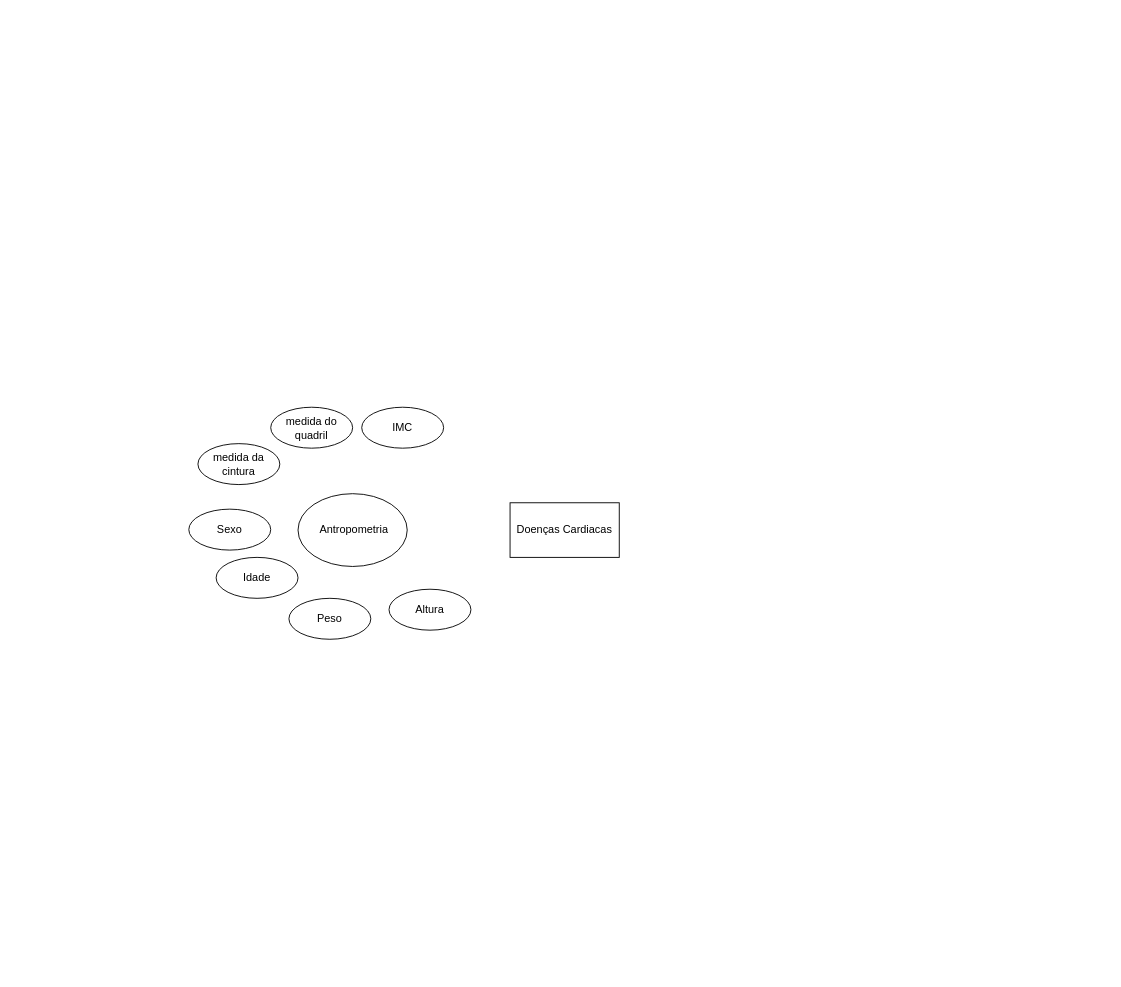
lay127/MD_DoencasCardiacas keeps this draw.io diagram as Adicionais/Diagrama sem nome.drawio. Above is the earlier version. Source tidied: cells renumbered, new cells numbered last; positions are measured from the earlier drawing's top-left corner, leaving out a move shared by most shapes. Both pictures are drawn from the tidied source at 91%, with x=0, y=0 at pixel (188, 407).
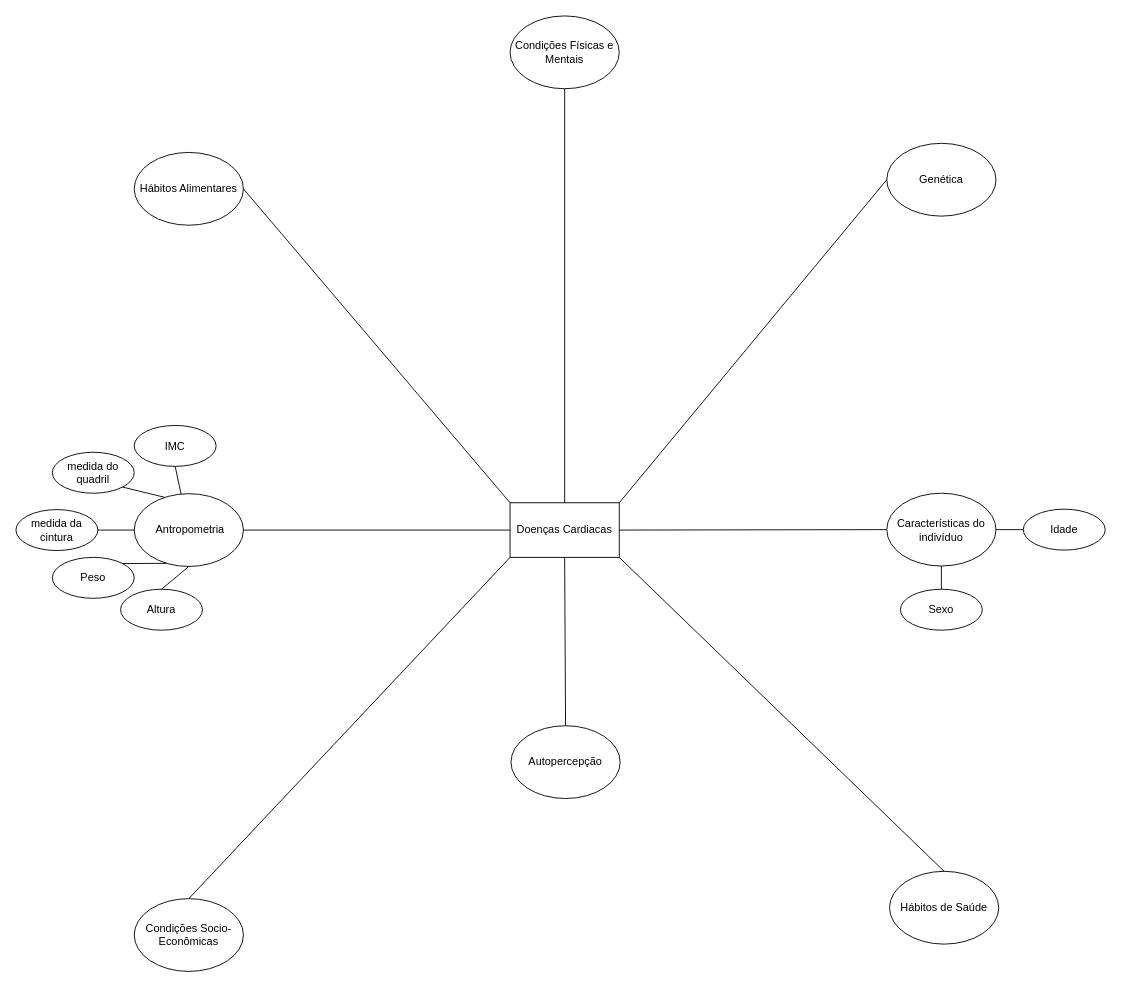
After the change.

Unchanged cells that the change refers to:
```xml
<mxCell id="2" value="Doenças Cardiacas" style="rounded=0;whiteSpace=wrap;html=1;" parent="1" vertex="1">
  <mxGeometry x="353" y="105" width="120" height="60" as="geometry" />
</mxCell>
```

The edit, as a diff of the source:
```diff
@@
     <mxCell id="3" value="&amp;nbsp;Antropometria" style="ellipse;whiteSpace=wrap;html=1;" parent="1" vertex="1">
-      <mxGeometry x="120" y="95" width="120" height="80" as="geometry" />
+      <mxGeometry x="-60" y="95" width="120" height="80" as="geometry" />
     </mxCell>
     <mxCell id="4" value="Sexo" style="ellipse;whiteSpace=wrap;html=1;" parent="1" vertex="1">
-      <mxGeometry y="112" width="90" height="45" as="geometry" />
+      <mxGeometry x="782" y="200" width="90" height="45" as="geometry" />
     </mxCell>
     <mxCell id="5" value="Idade" style="ellipse;whiteSpace=wrap;html=1;" parent="1" vertex="1">
-      <mxGeometry x="30" y="165" width="90" height="45" as="geometry" />
+      <mxGeometry x="917" y="112" width="90" height="45" as="geometry" />
     </mxCell>
     <mxCell id="6" value="Peso" style="ellipse;whiteSpace=wrap;html=1;" parent="1" vertex="1">
-      <mxGeometry x="110" y="210" width="90" height="45" as="geometry" />
+      <mxGeometry x="-150" y="165" width="90" height="45" as="geometry" />
     </mxCell>
     <mxCell id="7" value="Altura" style="ellipse;whiteSpace=wrap;html=1;" parent="1" vertex="1">
-      <mxGeometry x="220" y="200" width="90" height="45" as="geometry" />
+      <mxGeometry x="-75" y="200" width="90" height="45" as="geometry" />
     </mxCell>
     <mxCell id="8" value="medida da cintura" style="ellipse;whiteSpace=wrap;html=1;" parent="1" vertex="1">
-      <mxGeometry x="10" y="40" width="90" height="45" as="geometry" />
+      <mxGeometry x="-190" y="112.5" width="90" height="45" as="geometry" />
     </mxCell>
     <mxCell id="9" value="IMC" style="ellipse;whiteSpace=wrap;html=1;" parent="1" vertex="1">
-      <mxGeometry x="190" width="90" height="45" as="geometry" />
+      <mxGeometry x="-60" y="20" width="90" height="45" as="geometry" />
     </mxCell>
     <mxCell id="10" value="medida do quadril" style="ellipse;whiteSpace=wrap;html=1;" parent="1" vertex="1">
-      <mxGeometry x="90" width="90" height="45" as="geometry" />
+      <mxGeometry x="-150" y="49.5" width="90" height="45" as="geometry" />
     </mxCell>
+    <mxCell id="11" style="endArrow=none;html=1;rounded=0;entryX=0;entryY=0.5;entryDx=0;entryDy=0;exitX=1;exitY=0.5;exitDx=0;exitDy=0;" parent="1" edge="1" source="3" target="2">
+      <mxGeometry relative="1" as="geometry" />
+    </mxCell>
+    <mxCell id="12" style="endArrow=none;html=1;rounded=0;entryX=0.5;entryY=1;entryDx=0;entryDy=0;" parent="1" edge="1" source="3" target="9">
+      <mxGeometry relative="1" as="geometry" />
+    </mxCell>
+    <mxCell id="13" style="endArrow=none;html=1;rounded=0;entryX=1;entryY=1;entryDx=0;entryDy=0;exitX=0.278;exitY=0.05;exitDx=0;exitDy=0;exitPerimeter=0;" parent="1" edge="1" source="3" target="10">
+      <mxGeometry relative="1" as="geometry" />
+    </mxCell>
+    <mxCell id="14" style="endArrow=none;html=1;rounded=0;entryX=1;entryY=0.5;entryDx=0;entryDy=0;exitX=0;exitY=0.5;exitDx=0;exitDy=0;" parent="1" edge="1" source="3" target="8">
+      <mxGeometry relative="1" as="geometry" />
+    </mxCell>
+    <mxCell id="15" style="endArrow=none;html=1;rounded=0;entryX=0.5;entryY=0;entryDx=0;entryDy=0;exitX=0.5;exitY=1;exitDx=0;exitDy=0;" parent="1" edge="1" source="22" target="4">
+      <mxGeometry relative="1" as="geometry" />
+    </mxCell>
+    <mxCell id="16" style="endArrow=none;html=1;rounded=0;exitX=1;exitY=0;exitDx=0;exitDy=0;entryX=0.297;entryY=0.957;entryDx=0;entryDy=0;entryPerimeter=0;" parent="1" edge="1" source="6" target="3">
+      <mxGeometry relative="1" as="geometry" />
+    </mxCell>
+    <mxCell id="17" style="endArrow=none;html=1;rounded=0;exitX=0.5;exitY=0;exitDx=0;exitDy=0;entryX=0.5;entryY=1;entryDx=0;entryDy=0;" parent="1" edge="1" source="7" target="3">
+      <mxGeometry relative="1" as="geometry" />
+    </mxCell>
+    <mxCell id="18" value="Hábitos Alimentares" style="ellipse;whiteSpace=wrap;html=1;" parent="1" vertex="1">
+      <mxGeometry x="-60" y="-280" width="120" height="80" as="geometry" />
+    </mxCell>
+    <mxCell id="19" style="endArrow=none;html=1;rounded=0;entryX=1;entryY=0.5;entryDx=0;entryDy=0;exitX=0;exitY=0;exitDx=0;exitDy=0;" parent="1" edge="1" source="2" target="18">
+      <mxGeometry relative="1" as="geometry" />
+    </mxCell>
+    <mxCell id="20" value="Condições Físicas e Mentais" style="ellipse;whiteSpace=wrap;html=1;" parent="1" vertex="1">
+      <mxGeometry x="353" y="-430" width="120" height="80" as="geometry" />
+    </mxCell>
+    <mxCell id="21" value="Genética" style="ellipse;whiteSpace=wrap;html=1;" parent="1" vertex="1">
+      <mxGeometry x="767" y="-290" width="120" height="80" as="geometry" />
+    </mxCell>
+    <mxCell id="22" value="Características do indivíduo" style="ellipse;whiteSpace=wrap;html=1;" parent="1" vertex="1">
+      <mxGeometry x="767" y="94.5" width="120" height="80" as="geometry" />
+    </mxCell>
+    <mxCell id="23" value="Hábitos de Saúde" style="ellipse;whiteSpace=wrap;html=1;" parent="1" vertex="1">
+      <mxGeometry x="770" y="510" width="120" height="80" as="geometry" />
+    </mxCell>
+    <mxCell id="24" value="Condições Socio-Econômicas" style="ellipse;whiteSpace=wrap;html=1;" parent="1" vertex="1">
+      <mxGeometry x="-60" y="540" width="120" height="80" as="geometry" />
+    </mxCell>
+    <mxCell id="25" style="endArrow=none;html=1;rounded=0;entryX=0;entryY=1;entryDx=0;entryDy=0;exitX=0.5;exitY=0;exitDx=0;exitDy=0;" parent="1" edge="1" source="24" target="2">
+      <mxGeometry relative="1" as="geometry" />
+    </mxCell>
+    <mxCell id="26" style="endArrow=none;html=1;rounded=0;entryX=0.5;entryY=1;entryDx=0;entryDy=0;exitX=0.5;exitY=0;exitDx=0;exitDy=0;" parent="1" edge="1" source="2" target="20">
+      <mxGeometry relative="1" as="geometry" />
+    </mxCell>
+    <mxCell id="27" style="endArrow=none;html=1;rounded=0;entryX=1;entryY=1;entryDx=0;entryDy=0;exitX=0.5;exitY=0;exitDx=0;exitDy=0;" parent="1" edge="1" source="23" target="2">
+      <mxGeometry relative="1" as="geometry" />
+    </mxCell>
+    <mxCell id="28" style="endArrow=none;html=1;rounded=0;entryX=1;entryY=0.5;entryDx=0;entryDy=0;exitX=0;exitY=0.5;exitDx=0;exitDy=0;" parent="1" edge="1" source="22" target="2">
+      <mxGeometry relative="1" as="geometry" />
+    </mxCell>
+    <mxCell id="29" style="endArrow=none;html=1;rounded=0;entryX=1;entryY=0.5;entryDx=0;entryDy=0;exitX=0;exitY=0.5;exitDx=0;exitDy=0;" parent="1" edge="1" source="5" target="22">
+      <mxGeometry relative="1" as="geometry" />
+    </mxCell>
+    <mxCell id="30" style="endArrow=none;html=1;rounded=0;entryX=0;entryY=0.5;entryDx=0;entryDy=0;exitX=1;exitY=0;exitDx=0;exitDy=0;" parent="1" edge="1" source="2" target="21">
+      <mxGeometry relative="1" as="geometry" />
+    </mxCell>
+    <mxCell id="31" value="Autopercepção" style="ellipse;whiteSpace=wrap;html=1;" parent="1" vertex="1">
+      <mxGeometry x="354" y="350" width="120" height="80" as="geometry" />
+    </mxCell>
+    <mxCell id="32" style="endArrow=none;html=1;rounded=0;entryX=0.5;entryY=1;entryDx=0;entryDy=0;exitX=0.5;exitY=0;exitDx=0;exitDy=0;" parent="1" edge="1" source="31" target="2">
+      <mxGeometry relative="1" as="geometry" />
+    </mxCell>
```
